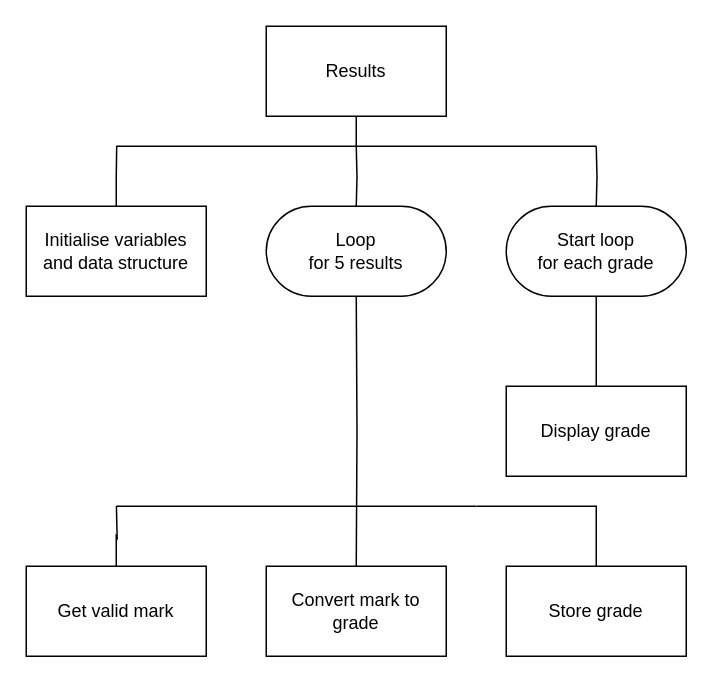
Above: page "sd4" (4 of 6) of n5/sdd/N5-SDD-Result/assets/N5 SDD Result.drawio in MrFriendCS/MrFriendCS.github.io (draw.io), before the change. Source tidied: cells renumbered, new cells numbered last; positions are measured from the earlier drawing's top-left corner, leaving out a move shared by most shapes. Both pictures are drawn from the tidied source at 150%, with x=0, y=0 at pixel (26, 26).
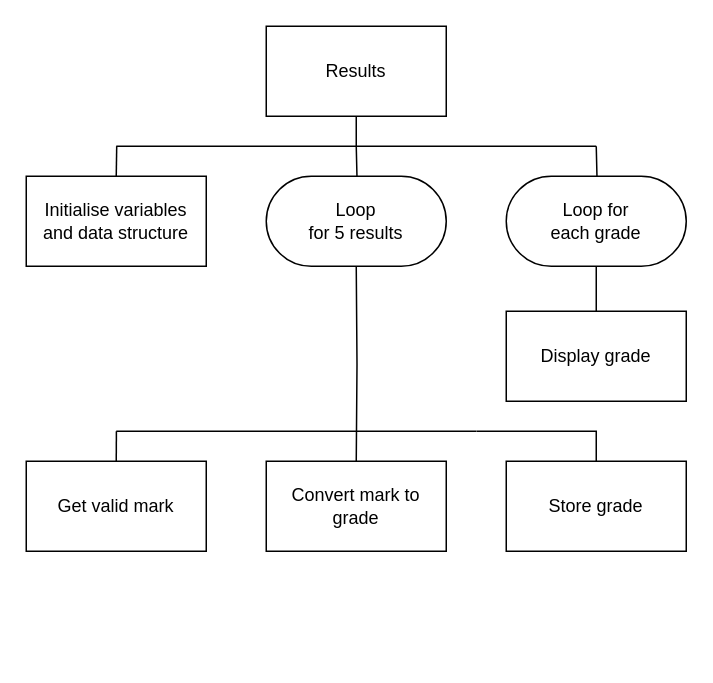
The same page after the edit.

Diff of the diagram source:
```diff
@@
     <mxCell id="5" value="Initialise variables&lt;br&gt;and data structure" style="rounded=0;whiteSpace=wrap;html=1;" parent="1" vertex="1">
-      <mxGeometry y="120" width="120" height="60" as="geometry" />
+      <mxGeometry y="100" width="120" height="60" as="geometry" />
     </mxCell>
     <mxCell id="6" value="Convert mark to grade" style="rounded=0;whiteSpace=wrap;html=1;" parent="1" vertex="1">
-      <mxGeometry x="160" y="360" width="120" height="60" as="geometry" />
+      <mxGeometry x="160" y="290" width="120" height="60" as="geometry" />
     </mxCell>
@@
     <mxCell id="9" style="edgeStyle=orthogonalEdgeStyle;rounded=0;jettySize=auto;html=1;exitX=0.5;exitY=1;exitDx=0;exitDy=0;endArrow=none;endFill=0;entryX=0.5;entryY=0;entryDx=0;entryDy=0;" parent="1" edge="1" target="6">
       <mxGeometry relative="1" as="geometry">
-        <mxPoint x="220" y="180" as="sourcePoint" />
+        <mxPoint x="220" y="160" as="sourcePoint" />
       </mxGeometry>
     </mxCell>
     <mxCell id="10" style="edgeStyle=orthogonalEdgeStyle;rounded=0;jettySize=auto;html=1;exitX=0.5;exitY=0;exitDx=0;exitDy=0;endArrow=none;endFill=0;" parent="1" edge="1" source="11">
       <mxGeometry relative="1" as="geometry">
-        <mxPoint x="300.1" y="320" as="targetPoint" />
+        <mxPoint x="300.1" y="270" as="targetPoint" />
         <Array as="points">
-          <mxPoint x="380" y="320" />
+          <mxPoint x="380" y="270" />
         </Array>
       </mxGeometry>
     </mxCell>
     <mxCell id="11" value="Store grade" style="rounded=0;whiteSpace=wrap;html=1;" parent="1" vertex="1">
-      <mxGeometry x="320" y="360" width="120" height="60" as="geometry" />
+      <mxGeometry x="320" y="290" width="120" height="60" as="geometry" />
     </mxCell>
     <mxCell id="12" style="edgeStyle=orthogonalEdgeStyle;rounded=0;jettySize=auto;html=1;exitX=0.5;exitY=0;exitDx=0;exitDy=0;endArrow=none;endFill=0;" parent="1" edge="1" source="13">
       <mxGeometry relative="1" as="geometry">
-        <mxPoint x="380" y="180" as="targetPoint" />
+        <mxPoint x="380" y="160" as="targetPoint" />
       </mxGeometry>
     </mxCell>
     <mxCell id="13" value="Display grade" style="rounded=0;whiteSpace=wrap;html=1;" parent="1" vertex="1">
-      <mxGeometry x="320" y="240" width="120" height="60" as="geometry" />
+      <mxGeometry x="320" y="190" width="120" height="60" as="geometry" />
     </mxCell>
@@
     <mxCell id="15" style="endArrow=none;html=1;rounded=0;" parent="1" edge="1">
       <mxGeometry relative="1" as="geometry">
-        <mxPoint x="60" y="320" as="sourcePoint" />
-        <mxPoint x="300" y="320" as="targetPoint" />
+        <mxPoint x="60" y="270" as="sourcePoint" />
+        <mxPoint x="300" y="270" as="targetPoint" />
       </mxGeometry>
     </mxCell>
     <mxCell id="16" style="edgeStyle=orthogonalEdgeStyle;rounded=0;jettySize=auto;html=1;exitX=0.5;exitY=0;exitDx=0;exitDy=0;endArrow=none;endFill=0;" parent="1" edge="1" source="17">
       <mxGeometry relative="1" as="geometry">
-        <mxPoint x="60.1" y="320" as="targetPoint" />
+        <mxPoint x="60.1" y="270" as="targetPoint" />
       </mxGeometry>
     </mxCell>
     <mxCell id="17" value="Get valid mark" style="rounded=0;whiteSpace=wrap;html=1;" parent="1" vertex="1">
-      <mxGeometry y="360" width="120" height="60" as="geometry" />
+      <mxGeometry y="290" width="120" height="60" as="geometry" />
     </mxCell>
     <mxCell id="18" value="Loop&lt;br&gt;for 5 results" style="rounded=1;whiteSpace=wrap;html=1;arcSize=50;" parent="1" vertex="1">
-      <mxGeometry x="160" y="120" width="120" height="60" as="geometry" />
+      <mxGeometry x="160" y="100" width="120" height="60" as="geometry" />
     </mxCell>
-    <mxCell id="19" value="Start loop&lt;br&gt;for each grade" style="rounded=1;whiteSpace=wrap;html=1;arcSize=50;" parent="1" vertex="1">
-      <mxGeometry x="320" y="120" width="120" height="60" as="geometry" />
+    <mxCell id="19" value="Loop for &lt;br&gt;each grade" style="rounded=1;whiteSpace=wrap;html=1;arcSize=50;" parent="1" vertex="1">
+      <mxGeometry x="320" y="100" width="120" height="60" as="geometry" />
     </mxCell>
```
